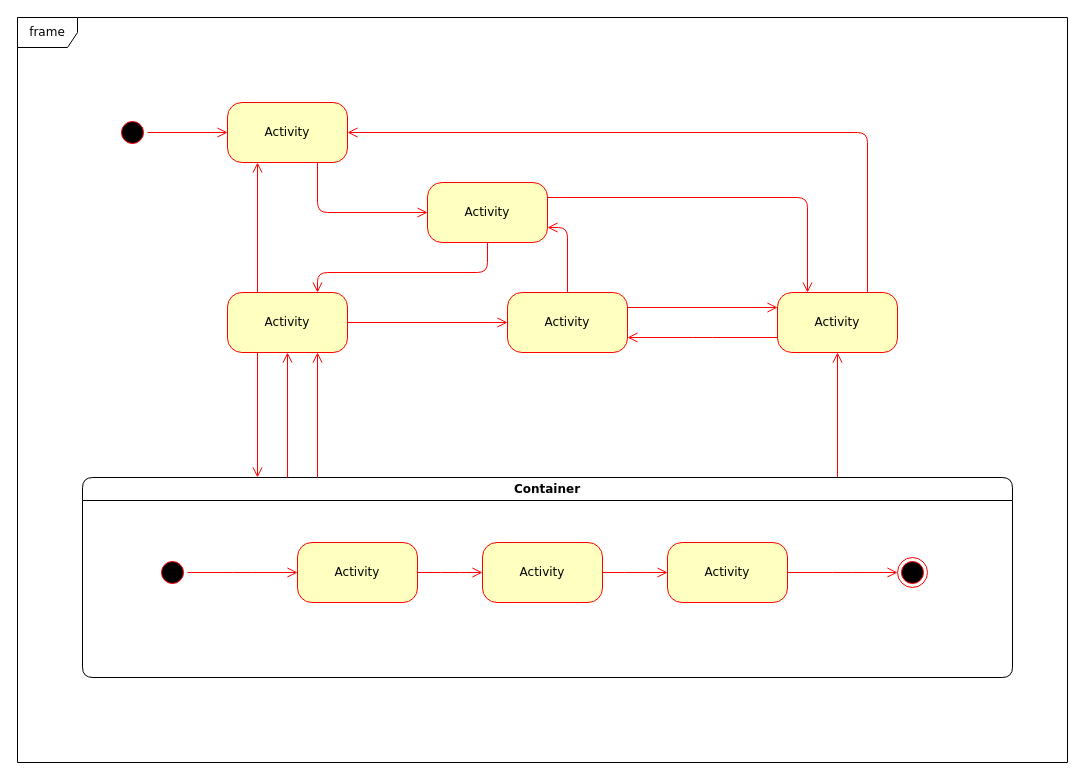
This is Untitled Diagram.drawio from DPswxz/draw, a draw.io file, before an edit. Source tidied: cells renumbered, new cells numbered last; positions are measured from the earlier drawing's top-left corner, leaving out a move shared by most shapes. Both pictures are drawn from the tidied source at 100%, with x=0, y=0 at pixel (17, 17).
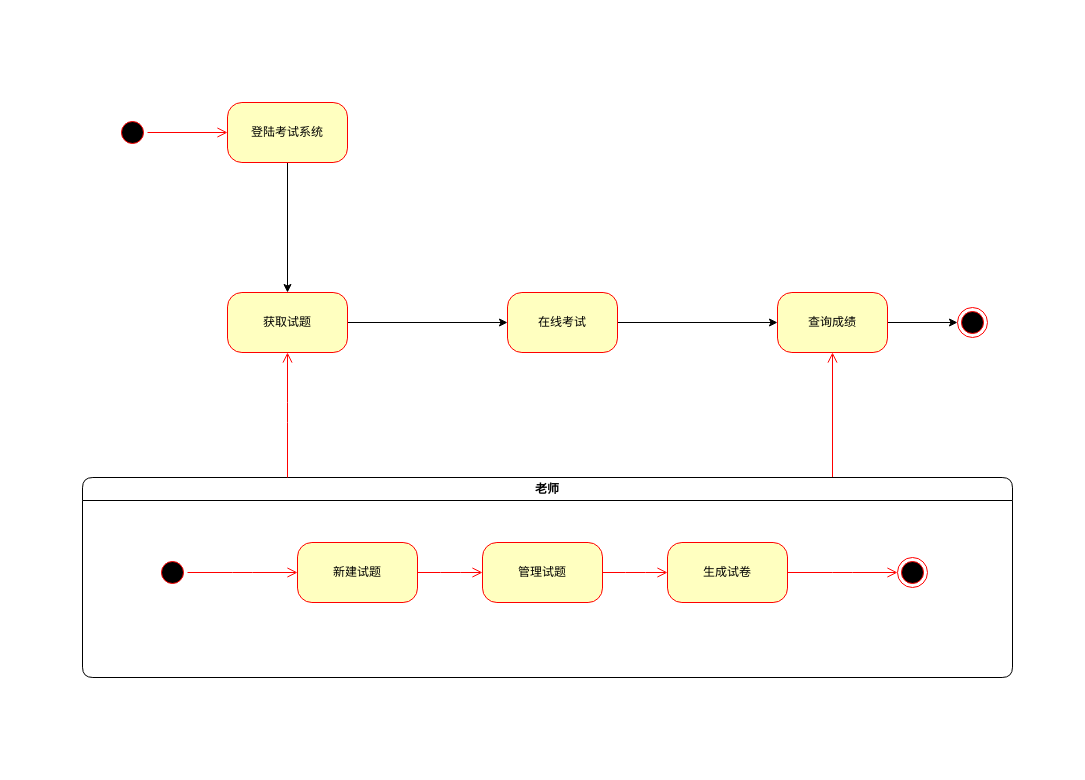
After the change.

The edit, as a diff of the source:
```diff
@@
+    <mxCell id="27" style="edgeStyle=orthogonalEdgeStyle;rounded=0;jettySize=auto;html=1;entryX=0;entryY=0.5;entryDx=0;entryDy=0;" parent="1" edge="1" source="3" target="10">
+      <mxGeometry relative="1" as="geometry" />
+    </mxCell>
-    <mxCell id="3" value="Activity" style="rounded=1;whiteSpace=wrap;html=1;arcSize=24;fillColor=#ffffc0;strokeColor=#ff0000;shadow=0;comic=0;labelBackgroundColor=none;fontFamily=Verdana;fontSize=12;fontColor=#000000;align=center;" parent="1" vertex="1">
+    <mxCell id="3" value="获取试题" style="rounded=1;whiteSpace=wrap;html=1;arcSize=24;fillColor=#ffffc0;strokeColor=#ff0000;shadow=0;comic=0;labelBackgroundColor=none;fontFamily=Verdana;fontSize=12;fontColor=#000000;align=center;" parent="1" vertex="1">
       <mxGeometry x="210" y="275" width="120" height="60" as="geometry" />
     </mxCell>
+    <mxCell id="33" style="edgeStyle=orthogonalEdgeStyle;rounded=0;jettySize=auto;html=1;" parent="1" edge="1" source="4" target="3">
+      <mxGeometry relative="1" as="geometry" />
+    </mxCell>
-    <mxCell id="4" value="Activity" style="rounded=1;whiteSpace=wrap;html=1;arcSize=24;fillColor=#ffffc0;strokeColor=#ff0000;shadow=0;comic=0;labelBackgroundColor=none;fontFamily=Verdana;fontSize=12;fontColor=#000000;align=center;" parent="1" vertex="1">
+    <mxCell id="4" value="登陆考试系统" style="rounded=1;whiteSpace=wrap;html=1;arcSize=24;fillColor=#ffffc0;strokeColor=#ff0000;shadow=0;comic=0;labelBackgroundColor=none;fontFamily=Verdana;fontSize=12;fontColor=#000000;align=center;" parent="1" vertex="1">
       <mxGeometry x="210" y="85" width="120" height="60" as="geometry" />
     </mxCell>
-    <mxCell id="5" style="edgeStyle=orthogonalEdgeStyle;html=1;exitX=1;exitY=0.25;entryX=0.25;entryY=0;labelBackgroundColor=none;endArrow=open;endSize=8;strokeColor=#ff0000;fontFamily=Verdana;fontSize=12;align=left;" parent="1" edge="1" source="6" target="9">
-      <mxGeometry relative="1" as="geometry" />
-    </mxCell>
-    <mxCell id="6" value="Activity" style="rounded=1;whiteSpace=wrap;html=1;arcSize=24;fillColor=#ffffc0;strokeColor=#ff0000;shadow=0;comic=0;labelBackgroundColor=none;fontFamily=Verdana;fontSize=12;fontColor=#000000;align=center;" parent="1" vertex="1">
-      <mxGeometry x="410" y="165" width="120" height="60" as="geometry" />
-    </mxCell>
-    <mxCell id="7" style="edgeStyle=orthogonalEdgeStyle;html=1;exitX=0.75;exitY=0;entryX=1;entryY=0.5;labelBackgroundColor=none;endArrow=open;endSize=8;strokeColor=#ff0000;fontFamily=Verdana;fontSize=12;align=left;" parent="1" edge="1" source="9" target="4">
-      <mxGeometry relative="1" as="geometry">
-        <Array as="points">
-          <mxPoint x="850" y="115" />
-        </Array>
-      </mxGeometry>
-    </mxCell>
-    <mxCell id="8" style="edgeStyle=elbowEdgeStyle;html=1;exitX=0;exitY=0.75;entryX=1;entryY=0.75;labelBackgroundColor=none;endArrow=open;endSize=8;strokeColor=#ff0000;fontFamily=Verdana;fontSize=12;align=left;" parent="1" edge="1" source="9" target="10">
-      <mxGeometry relative="1" as="geometry" />
-    </mxCell>
+    <mxCell id="34" style="edgeStyle=orthogonalEdgeStyle;rounded=0;jettySize=auto;html=1;" parent="1" edge="1" source="9" target="35">
+      <mxGeometry relative="1" as="geometry" />
+    </mxCell>
-    <mxCell id="9" value="Activity" style="rounded=1;whiteSpace=wrap;html=1;arcSize=24;fillColor=#ffffc0;strokeColor=#ff0000;shadow=0;comic=0;labelBackgroundColor=none;fontFamily=Verdana;fontSize=12;fontColor=#000000;align=center;" parent="1" vertex="1">
-      <mxGeometry x="760" y="275" width="120" height="60" as="geometry" />
+    <mxCell id="9" value="查询成绩" style="rounded=1;whiteSpace=wrap;html=1;arcSize=24;fillColor=#ffffc0;strokeColor=#ff0000;shadow=0;comic=0;labelBackgroundColor=none;fontFamily=Verdana;fontSize=12;fontColor=#000000;align=center;" parent="1" vertex="1">
+      <mxGeometry x="760" y="275" width="110" height="60" as="geometry" />
     </mxCell>
+    <mxCell id="29" style="edgeStyle=orthogonalEdgeStyle;rounded=0;jettySize=auto;html=1;entryX=0;entryY=0.5;entryDx=0;entryDy=0;" parent="1" edge="1" source="10" target="9">
+      <mxGeometry relative="1" as="geometry" />
+    </mxCell>
-    <mxCell id="10" value="Activity" style="rounded=1;whiteSpace=wrap;html=1;arcSize=24;fillColor=#ffffc0;strokeColor=#ff0000;shadow=0;comic=0;labelBackgroundColor=none;fontFamily=Verdana;fontSize=12;fontColor=#000000;align=center;" parent="1" vertex="1">
-      <mxGeometry x="490" y="275" width="120" height="60" as="geometry" />
+    <mxCell id="10" value="在线考试" style="rounded=1;whiteSpace=wrap;html=1;arcSize=24;fillColor=#ffffc0;strokeColor=#ff0000;shadow=0;comic=0;labelBackgroundColor=none;fontFamily=Verdana;fontSize=12;fontColor=#000000;align=center;" parent="1" vertex="1">
+      <mxGeometry x="490" y="275" width="110" height="60" as="geometry" />
     </mxCell>
@@
-    <mxCell id="12" value="Container" style="swimlane;whiteSpace=wrap;html=1;rounded=1;shadow=0;comic=0;labelBackgroundColor=none;strokeWidth=1;fontFamily=Verdana;fontSize=12;align=center;" parent="1" vertex="1">
+    <mxCell id="12" value="老师" style="swimlane;whiteSpace=wrap;html=1;rounded=1;shadow=0;comic=0;labelBackgroundColor=none;strokeWidth=1;fontFamily=Verdana;fontSize=12;align=center;" parent="1" vertex="1">
       <mxGeometry x="65" y="460" width="930" height="200" as="geometry" />
     </mxCell>
@@
-    <mxCell id="14" value="Activity" style="rounded=1;whiteSpace=wrap;html=1;arcSize=24;fillColor=#ffffc0;strokeColor=#ff0000;shadow=0;comic=0;labelBackgroundColor=none;fontFamily=Verdana;fontSize=12;fontColor=#000000;align=center;" parent="12" vertex="1">
+    <mxCell id="14" value="新建试题" style="rounded=1;whiteSpace=wrap;html=1;arcSize=24;fillColor=#ffffc0;strokeColor=#ff0000;shadow=0;comic=0;labelBackgroundColor=none;fontFamily=Verdana;fontSize=12;fontColor=#000000;align=center;" parent="12" vertex="1">
       <mxGeometry x="215" y="65" width="120" height="60" as="geometry" />
     </mxCell>
@@
-    <mxCell id="19" value="Activity" style="rounded=1;whiteSpace=wrap;html=1;arcSize=24;fillColor=#ffffc0;strokeColor=#ff0000;shadow=0;comic=0;labelBackgroundColor=none;fontFamily=Verdana;fontSize=12;fontColor=#000000;align=center;" parent="12" vertex="1">
+    <mxCell id="19" value="管理试题" style="rounded=1;whiteSpace=wrap;html=1;arcSize=24;fillColor=#ffffc0;strokeColor=#ff0000;shadow=0;comic=0;labelBackgroundColor=none;fontFamily=Verdana;fontSize=12;fontColor=#000000;align=center;" parent="12" vertex="1">
       <mxGeometry x="400" y="65" width="120" height="60" as="geometry" />
     </mxCell>
@@
-    <mxCell id="21" value="Activity" style="rounded=1;whiteSpace=wrap;html=1;arcSize=24;fillColor=#ffffc0;strokeColor=#ff0000;shadow=0;comic=0;labelBackgroundColor=none;fontFamily=Verdana;fontSize=12;fontColor=#000000;align=center;" parent="12" vertex="1">
+    <mxCell id="21" value="生成试卷" style="rounded=1;whiteSpace=wrap;html=1;arcSize=24;fillColor=#ffffc0;strokeColor=#ff0000;shadow=0;comic=0;labelBackgroundColor=none;fontFamily=Verdana;fontSize=12;fontColor=#000000;align=center;" parent="12" vertex="1">
       <mxGeometry x="585" y="65" width="120" height="60" as="geometry" />
     </mxCell>
-    <mxCell id="22" value="frame" style="shape=umlFrame;whiteSpace=wrap;html=1;rounded=1;shadow=0;comic=0;labelBackgroundColor=none;strokeWidth=1;fontFamily=Verdana;fontSize=12;align=center;" parent="1" vertex="1">
-      <mxGeometry width="1050" height="745" as="geometry" />
-    </mxCell>
@@
-    <mxCell id="24" style="edgeStyle=orthogonalEdgeStyle;html=1;labelBackgroundColor=none;endArrow=open;endSize=8;strokeColor=#ff0000;fontFamily=Verdana;fontSize=12;align=left;entryX=0;entryY=0.5;" parent="1" edge="1" source="4" target="6">
-      <mxGeometry relative="1" as="geometry">
-        <Array as="points">
-          <mxPoint x="300" y="195" />
-        </Array>
-      </mxGeometry>
-    </mxCell>
-    <mxCell id="25" style="edgeStyle=orthogonalEdgeStyle;html=1;entryX=0.75;entryY=0;labelBackgroundColor=none;endArrow=open;endSize=8;strokeColor=#ff0000;fontFamily=Verdana;fontSize=12;align=left;exitX=0.5;exitY=1;" parent="1" edge="1" source="6" target="3">
-      <mxGeometry relative="1" as="geometry">
-        <Array as="points">
-          <mxPoint x="470" y="255" />
-          <mxPoint x="300" y="255" />
-        </Array>
-      </mxGeometry>
-    </mxCell>
-    <mxCell id="26" style="edgeStyle=orthogonalEdgeStyle;html=1;exitX=0.25;exitY=0;entryX=0.25;entryY=1;labelBackgroundColor=none;endArrow=open;endSize=8;strokeColor=#ff0000;fontFamily=Verdana;fontSize=12;align=left;" parent="1" edge="1" source="3" target="4">
-      <mxGeometry relative="1" as="geometry" />
-    </mxCell>
-    <mxCell id="27" style="edgeStyle=orthogonalEdgeStyle;html=1;exitX=1;exitY=0.5;entryX=0;entryY=0.5;labelBackgroundColor=none;endArrow=open;endSize=8;strokeColor=#ff0000;fontFamily=Verdana;fontSize=12;align=left;" parent="1" edge="1" source="3" target="10">
-      <mxGeometry relative="1" as="geometry" />
-    </mxCell>
-    <mxCell id="28" style="edgeStyle=orthogonalEdgeStyle;html=1;exitX=0.5;exitY=0;entryX=1;entryY=0.75;labelBackgroundColor=none;endArrow=open;endSize=8;strokeColor=#ff0000;fontFamily=Verdana;fontSize=12;align=left;" parent="1" edge="1" source="10" target="6">
-      <mxGeometry relative="1" as="geometry" />
-    </mxCell>
-    <mxCell id="29" style="edgeStyle=orthogonalEdgeStyle;html=1;exitX=1;exitY=0.25;entryX=0;entryY=0.25;labelBackgroundColor=none;endArrow=open;endSize=8;strokeColor=#ff0000;fontFamily=Verdana;fontSize=12;align=left;" parent="1" edge="1" source="10" target="9">
-      <mxGeometry relative="1" as="geometry" />
-    </mxCell>
-    <mxCell id="30" style="edgeStyle=elbowEdgeStyle;html=1;labelBackgroundColor=none;endArrow=open;endSize=8;strokeColor=#ff0000;fontFamily=Verdana;fontSize=12;align=left;entryX=0.75;entryY=1;" parent="1" edge="1" source="12" target="3">
-      <mxGeometry relative="1" as="geometry" />
+    <mxCell id="30" style="edgeStyle=elbowEdgeStyle;html=1;labelBackgroundColor=none;endArrow=open;endSize=8;strokeColor=#ff0000;fontFamily=Verdana;fontSize=12;align=left;entryX=0.5;entryY=1;entryDx=0;entryDy=0;" parent="1" edge="1" source="12" target="3">
+      <mxGeometry relative="1" as="geometry">
+        <Array as="points">
+          <mxPoint x="270" y="395" />
+          <mxPoint x="280" y="395" />
+          <mxPoint x="300" y="395" />
+          <mxPoint x="290" y="425" />
+        </Array>
+      </mxGeometry>
     </mxCell>
-    <mxCell id="31" style="edgeStyle=elbowEdgeStyle;html=1;labelBackgroundColor=none;endArrow=open;endSize=8;strokeColor=#ff0000;fontFamily=Verdana;fontSize=12;align=left;entryX=0.5;entryY=1;" parent="1" edge="1" source="12" target="3">
-      <mxGeometry relative="1" as="geometry" />
-    </mxCell>
-    <mxCell id="32" style="edgeStyle=elbowEdgeStyle;html=1;labelBackgroundColor=none;endArrow=open;endSize=8;strokeColor=#ff0000;fontFamily=Verdana;fontSize=12;align=left;exitX=0.25;exitY=1;" parent="1" edge="1" source="3" target="12">
-      <mxGeometry relative="1" as="geometry" />
-    </mxCell>
+    <mxCell id="35" style="ellipse;html=1;shape=endState;fillColor=#000000;strokeColor=#ff0000;rounded=1;shadow=0;comic=0;labelBackgroundColor=none;fontFamily=Verdana;fontSize=12;fontColor=#000000;align=center;" parent="1" vertex="1">
+      <mxGeometry x="940" y="290" width="30" height="30" as="geometry" />
+    </mxCell>
```
